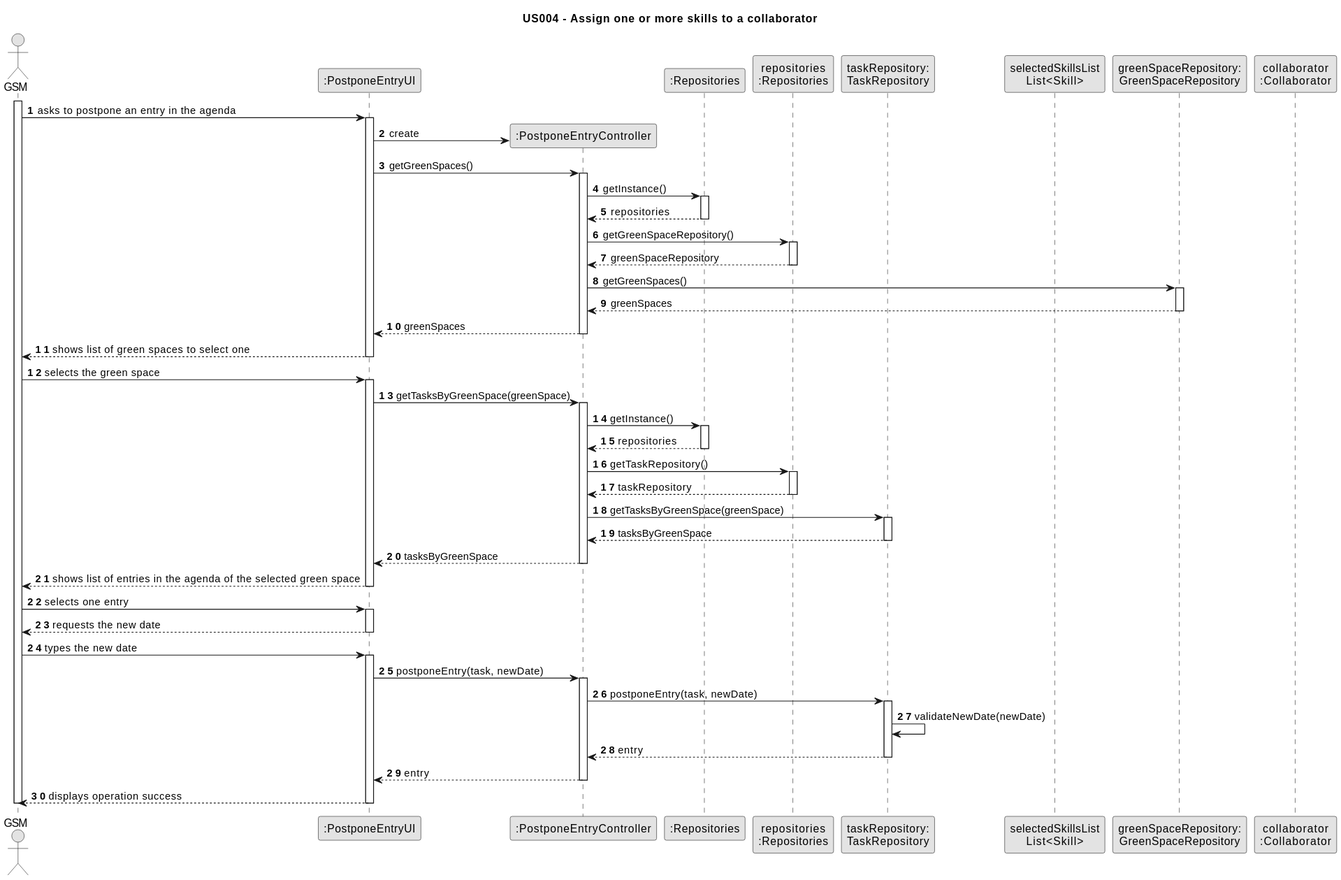
Earlier version of the PlantUML export docs/sprintC/us024/03.design/svg/us024-sequence-diagram-full.svg (Departamento-de-Engenharia-Informatica/lei-24-s2-1dm-g132).
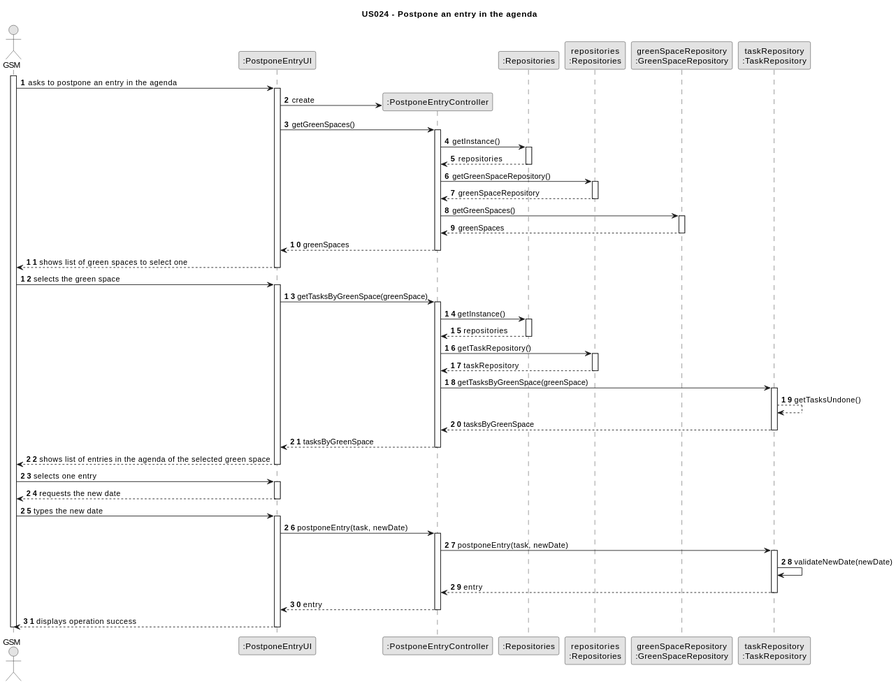
Later version of the same file.

The edit, as a diff of the source:
```diff
@@ -3,7 +3,7 @@
 skinparam packageStyle rectangle
 skinparam shadowing false
 
-title US004 - Assign one or more skills to a collaborator
+title US024 - Postpone an entry in the agenda
 
 autonumber
 
@@ -12,10 +12,8 @@
 participant ":PostponeEntryController" as CTRL
 participant ":Repositories" as RepositorySingleton
 participant "repositories\n:Repositories" as PLAT
-participant "taskRepository:\nTaskRepository" as TaskRepository
-participant "selectedSkillsList\nList<Skill>" as selectedSkillsList
-participant "greenSpaceRepository:\nGreenSpaceRepository" as GreenSpaceRepository
-participant "collaborator\n:Collaborator" as Collaborator
+participant "greenSpaceRepository\n:GreenSpaceRepository" as GreenSpaceRepository
+participant "taskRepository\n:TaskRepository" as TaskRepository
 
 activate Employee
 
@@ -72,6 +70,8 @@
             CTRL -> TaskRepository : getTasksByGreenSpace(greenSpace)
             activate TaskRepository
 
+            TaskRepository --> TaskRepository : getTasksUndone()
+
             TaskRepository --> CTRL : tasksByGreenSpace
             deactivate TaskRepository
 
```
